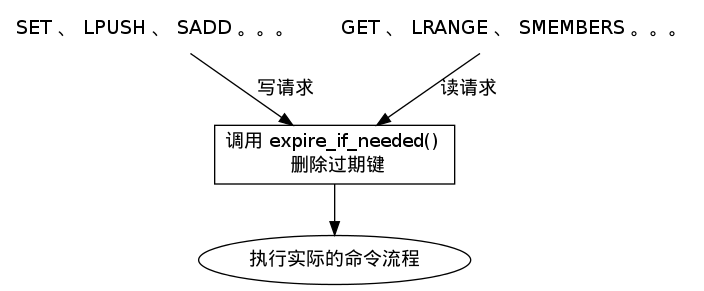
Earlier version of the Graphviz export internal/image/expire-check.png (huangzworks/redisbook). Its source is kept beside it as internal/image/expire-check.dot.
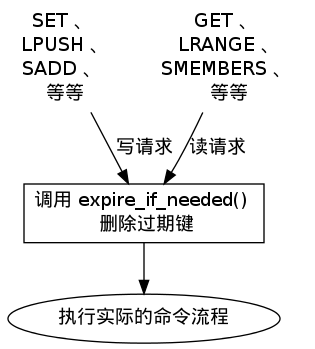
Above is the later version.

The edit, as a diff of the source:
```diff
@@ -1,8 +1,8 @@
 digraph expire_check {
 
-    write_commands [label = "SET 、 LPUSH 、 SADD 。。。", shape = "plaintext"];
+    write_commands [label = "SET 、\n LPUSH 、\n SADD 、 \n 等等", shape = "plaintext"];
 
-    read_commands [label = "GET 、 LRANGE 、 SMEMBERS 。。。", shape = "plaintext"];
+    read_commands [label = "GET 、\n LRANGE 、\n SMEMBERS 、 \n 等等", shape = "plaintext"];
 
     expire_if_needed [label = "调用 expire_if_needed() \n 删除过期键", shape = box];
 
```
